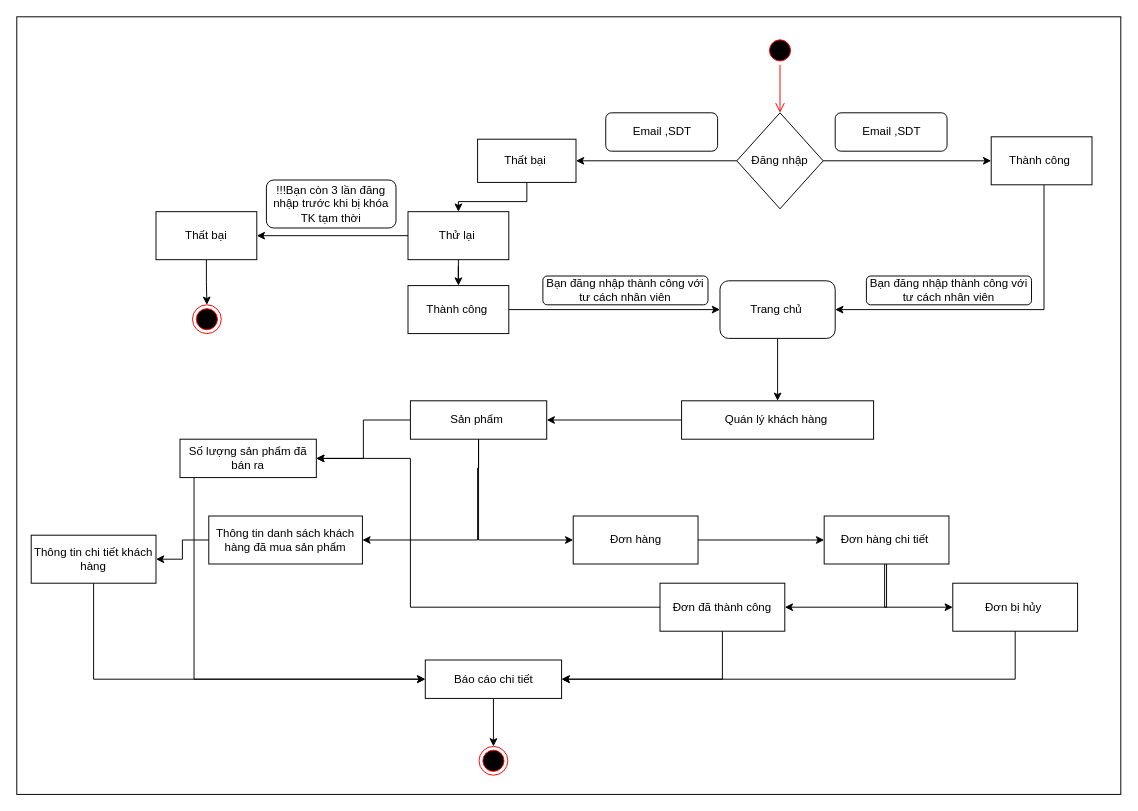
Above: page "tổng quát chức năng" (1 of 5) of Biểu đồ không có tiêu đề.drawio in KhieuXThanh/QLDA (draw.io), before the change. Source tidied: cells renumbered, new cells numbered last; positions are measured from the earlier drawing's top-left corner, leaving out a move shared by most shapes. Both pictures are drawn from the tidied source at 96%, with x=0, y=0 at pixel (16, 16).
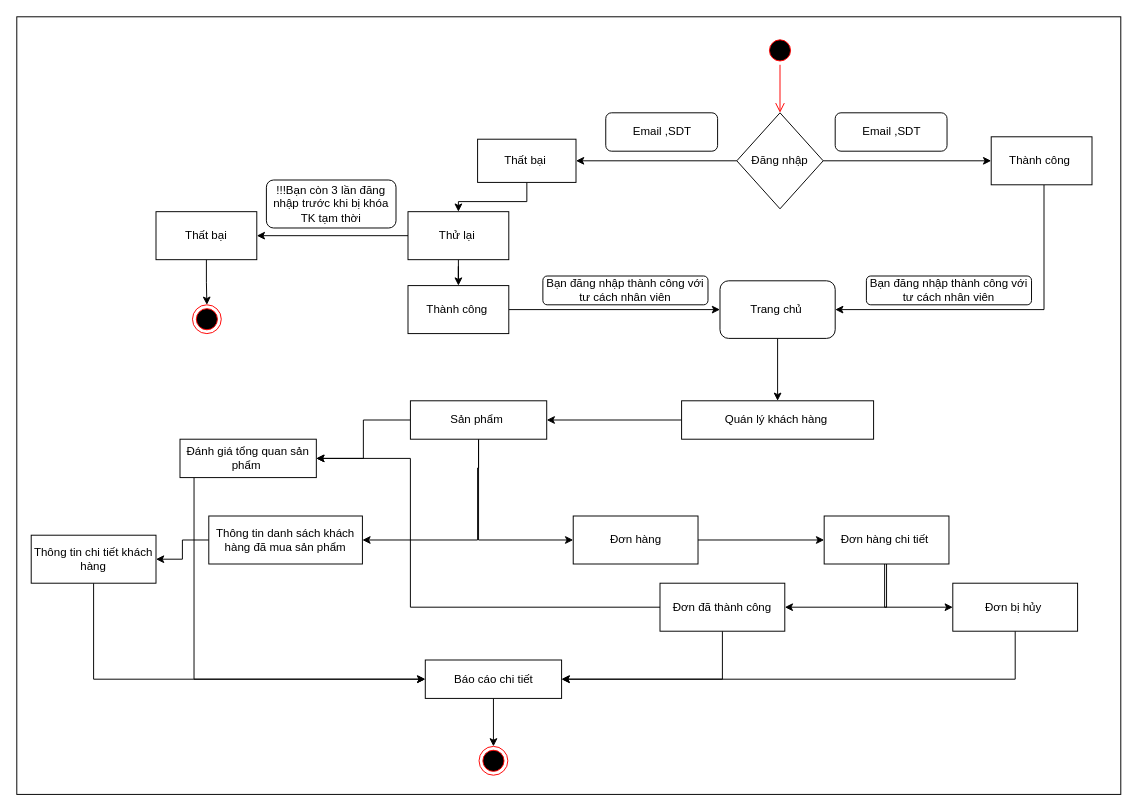
Above is the later version.

The edit, as a diff of the source:
```diff
@@
-    <mxCell id="46" value="Số lượng sản phẩm đã bán ra" style="rounded=0;whiteSpace=wrap;html=1;" parent="1" vertex="1">
+    <mxCell id="46" value="Đánh giá tổng quan sản phẩm&amp;nbsp;" style="rounded=0;whiteSpace=wrap;html=1;" parent="1" vertex="1">
       <mxGeometry x="170" y="440" width="142" height="40" as="geometry" />
     </mxCell>
```
